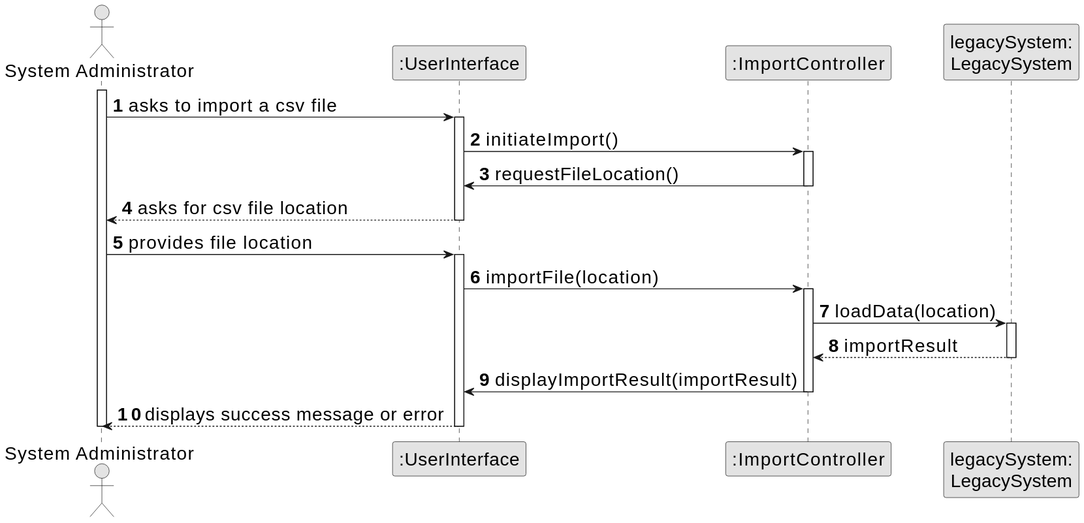
Before: docs/sprintC/us012/03.design/svg/us012-sequence-diagram-full.svg, a diagram exported from PlantUML (Goncalves2525/real-estate-management-system).
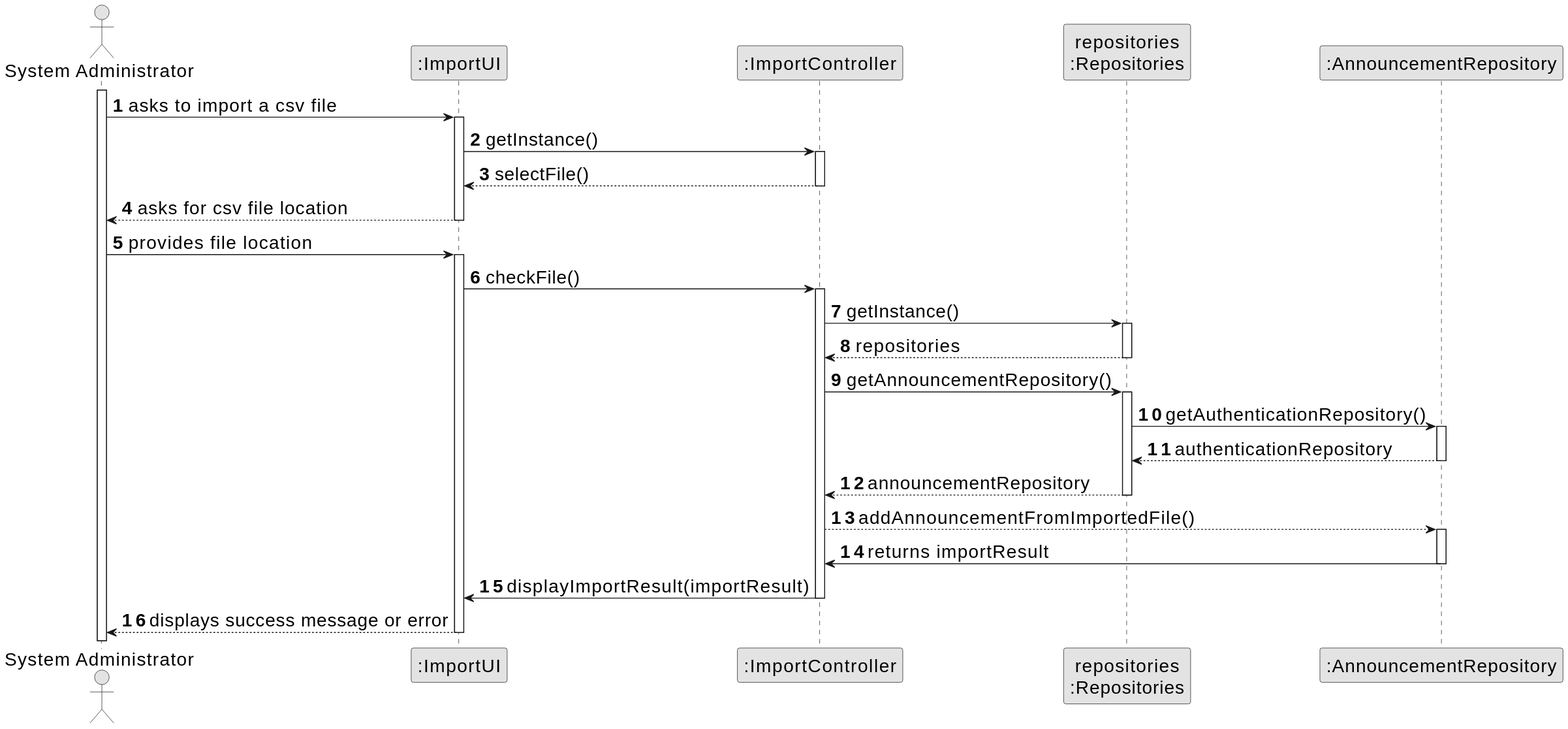
Above is the later version.

Commit message:
class diagram completed with us9 SVG created VisitScheduleController repository access improved

Change to the diagram source:
```diff
@@ -7,42 +7,61 @@
 autonumber
 
 actor "System Administrator" as Admin
-participant ":UserInterface" as UI
+participant ":ImportUI" as UI
 participant ":ImportController" as CTRL
-participant "legacySystem:\nLegacySystem" as LS
+participant "repositories\n:Repositories" as REPO
+participant ":AnnouncementRepository" as ANNREPO
 
-activate Admin
 
-Admin -> UI : asks to import a csv file
+    activate Admin
 
-activate UI
+    Admin -> UI : asks to import a csv file
+    activate UI
 
-    UI -> CTRL : initiateImport()
+    UI -> CTRL: getInstance()
     activate CTRL
 
-        CTRL -> UI : requestFileLocation()
+
+
+    CTRL --> UI : selectFile()
     deactivate CTRL
 
     UI --> Admin : asks for csv file location
-deactivate UI
+    deactivate UI
 
-Admin -> UI : provides file location
-activate UI
+    Admin -> UI : provides file location
+    activate UI
 
-    UI -> CTRL : importFile(location)
+    UI -> CTRL : checkFile()
     activate CTRL
 
-        CTRL -> LS : loadData(location)
-        activate LS
+    CTRL -> REPO : getInstance()
+    activate REPO
 
-            LS --> CTRL : importResult
-        deactivate LS
+    REPO --> CTRL: repositories
+    deactivate REPO
 
-        CTRL -> UI : displayImportResult(importResult)
+    CTRL -> REPO : getAnnouncementRepository()
+    activate REPO
+
+    REPO -> ANNREPO : getAuthenticationRepository()
+    activate ANNREPO
+
+    ANNREPO --> REPO: authenticationRepository
+    deactivate ANNREPO
+
+    REPO --> CTRL: announcementRepository
+    deactivate REPO
+
+    CTRL --> ANNREPO: addAnnouncementFromImportedFile()
+    activate ANNREPO
+
+    ANNREPO -> CTRL : returns importResult
+    deactivate ANNREPO
+
+    CTRL -> UI : displayImportResult(importResult)
     deactivate CTRL
 
     UI --> Admin : displays success message or error
-deactivate UI
-
-deactivate Admin
+    deactivate UI
 @enduml
```
